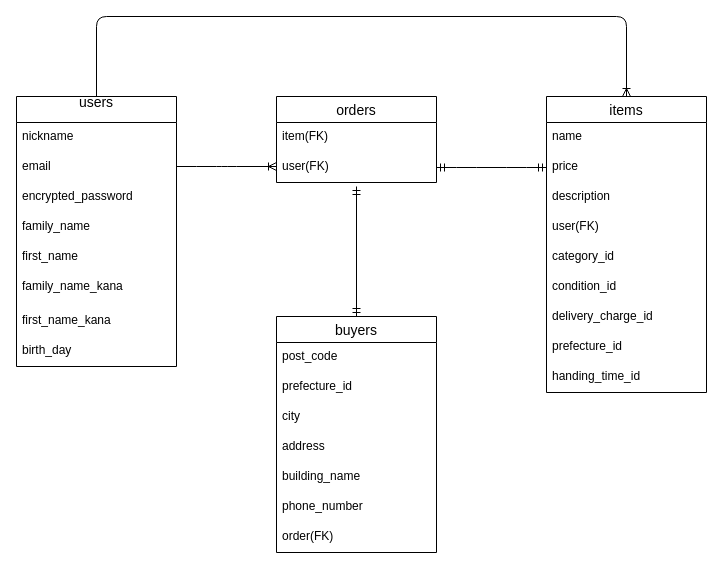
Above: table.dio in deco-01/furima-39447 (draw.io), before the change. Source tidied: cells renumbered, new cells numbered last; positions are measured from the earlier drawing's top-left corner, leaving out a move shared by most shapes. Both pictures are drawn from the tidied source at 100%, with x=0, y=0 at pixel (16, 16).
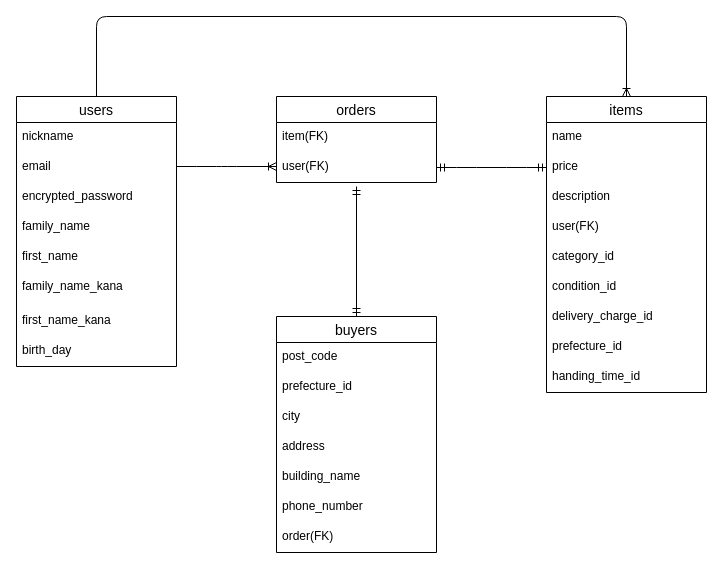
After the change.

What changed in the source:
```diff
@@
-    <mxCell id="2" value="users&#10;" style="swimlane;fontStyle=0;horizontal=1;startSize=26;align=center;fontSize=14;" parent="1" vertex="1">
+    <mxCell id="2" value="users" style="swimlane;fontStyle=0;horizontal=1;startSize=26;align=center;fontSize=14;verticalAlign=middle;" parent="1" vertex="1">
       <mxGeometry y="80" width="160" height="270" as="geometry" />
     </mxCell>
```
